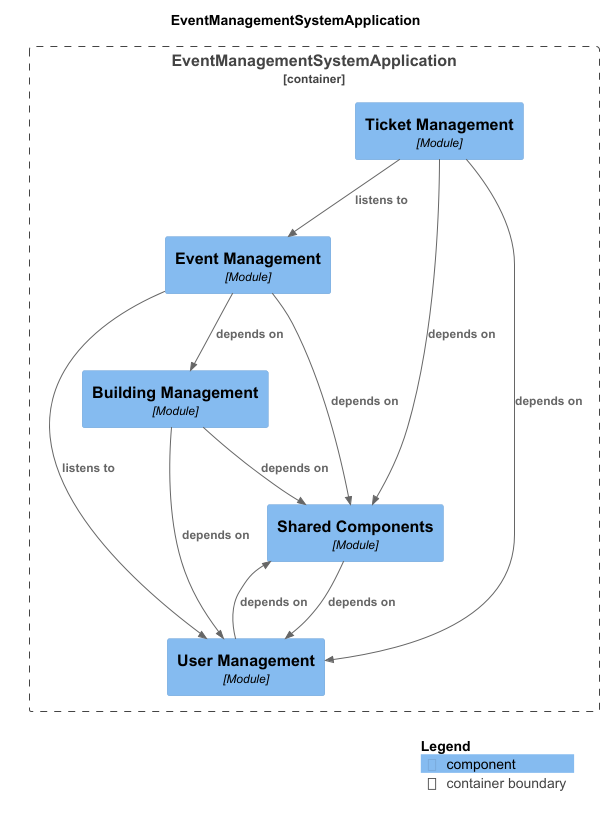
Above: docs/components-EventManagementSystemApplication.png in ruben4ick/microservices-event-management (PlantUML), before the change. Its diagram source:
```plantuml
@startuml
set separator none
title EventManagementSystemApplication

top to bottom direction

!include <C4/C4>
!include <C4/C4_Context>
!include <C4/C4_Component>

Container_Boundary("EventManagementSystemApplication.EventManagementSystemApplication_boundary", "EventManagementSystemApplication", $tags="") {
  Component(EventManagementSystemApplication.EventManagementSystemApplication.SharedComponents, "Shared Components", $techn="Module", $descr="", $tags="", $link="")
  Component(EventManagementSystemApplication.EventManagementSystemApplication.TicketManagement, "Ticket Management", $techn="Module", $descr="", $tags="", $link="")
  Component(EventManagementSystemApplication.EventManagementSystemApplication.EventManagement, "Event Management", $techn="Module", $descr="", $tags="", $link="")
  Component(EventManagementSystemApplication.EventManagementSystemApplication.UserManagement, "User Management", $techn="Module", $descr="", $tags="", $link="")
  Component(EventManagementSystemApplication.EventManagementSystemApplication.BuildingManagement, "Building Management", $techn="Module", $descr="", $tags="", $link="")
}

Rel(EventManagementSystemApplication.EventManagementSystemApplication.SharedComponents, EventManagementSystemApplication.EventManagementSystemApplication.UserManagement, "depends on", $techn="", $tags="", $link="")
Rel(EventManagementSystemApplication.EventManagementSystemApplication.TicketManagement, EventManagementSystemApplication.EventManagementSystemApplication.EventManagement, "listens to", $techn="", $tags="", $link="")
Rel(EventManagementSystemApplication.EventManagementSystemApplication.TicketManagement, EventManagementSystemApplication.EventManagementSystemApplication.SharedComponents, "depends on", $techn="", $tags="", $link="")
Rel(EventManagementSystemApplication.EventManagementSystemApplication.TicketManagement, EventManagementSystemApplication.EventManagementSystemApplication.UserManagement, "depends on", $techn="", $tags="", $link="")
Rel(EventManagementSystemApplication.EventManagementSystemApplication.EventManagement, EventManagementSystemApplication.EventManagementSystemApplication.UserManagement, "listens to", $techn="", $tags="", $link="")
Rel(EventManagementSystemApplication.EventManagementSystemApplication.EventManagement, EventManagementSystemApplication.EventManagementSystemApplication.SharedComponents, "depends on", $techn="", $tags="", $link="")
Rel(EventManagementSystemApplication.EventManagementSystemApplication.EventManagement, EventManagementSystemApplication.EventManagementSystemApplication.BuildingManagement, "depends on", $techn="", $tags="", $link="")
Rel(EventManagementSystemApplication.EventManagementSystemApplication.UserManagement, EventManagementSystemApplication.EventManagementSystemApplication.SharedComponents, "depends on", $techn="", $tags="", $link="")
Rel(EventManagementSystemApplication.EventManagementSystemApplication.BuildingManagement, EventManagementSystemApplication.EventManagementSystemApplication.SharedComponents, "depends on", $techn="", $tags="", $link="")
Rel(EventManagementSystemApplication.EventManagementSystemApplication.BuildingManagement, EventManagementSystemApplication.EventManagementSystemApplication.UserManagement, "depends on", $techn="", $tags="", $link="")

SHOW_LEGEND(true)
@enduml
```
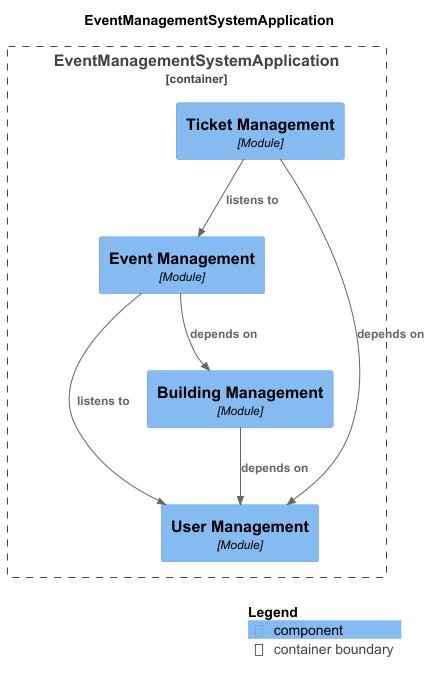
The same diagram one commit later.

Diff of the diagram source:
```diff
@@ -9,23 +9,17 @@
 !include <C4/C4_Component>
 
 Container_Boundary("EventManagementSystemApplication.EventManagementSystemApplication_boundary", "EventManagementSystemApplication", $tags="") {
-  Component(EventManagementSystemApplication.EventManagementSystemApplication.SharedComponents, "Shared Components", $techn="Module", $descr="", $tags="", $link="")
   Component(EventManagementSystemApplication.EventManagementSystemApplication.TicketManagement, "Ticket Management", $techn="Module", $descr="", $tags="", $link="")
   Component(EventManagementSystemApplication.EventManagementSystemApplication.EventManagement, "Event Management", $techn="Module", $descr="", $tags="", $link="")
   Component(EventManagementSystemApplication.EventManagementSystemApplication.UserManagement, "User Management", $techn="Module", $descr="", $tags="", $link="")
   Component(EventManagementSystemApplication.EventManagementSystemApplication.BuildingManagement, "Building Management", $techn="Module", $descr="", $tags="", $link="")
 }
 
-Rel(EventManagementSystemApplication.EventManagementSystemApplication.SharedComponents, EventManagementSystemApplication.EventManagementSystemApplication.UserManagement, "depends on", $techn="", $tags="", $link="")
+Rel(EventManagementSystemApplication.EventManagementSystemApplication.EventManagement, EventManagementSystemApplication.EventManagementSystemApplication.BuildingManagement, "depends on", $techn="", $tags="", $link="")
 Rel(EventManagementSystemApplication.EventManagementSystemApplication.TicketManagement, EventManagementSystemApplication.EventManagementSystemApplication.EventManagement, "listens to", $techn="", $tags="", $link="")
-Rel(EventManagementSystemApplication.EventManagementSystemApplication.TicketManagement, EventManagementSystemApplication.EventManagementSystemApplication.SharedComponents, "depends on", $techn="", $tags="", $link="")
 Rel(EventManagementSystemApplication.EventManagementSystemApplication.TicketManagement, EventManagementSystemApplication.EventManagementSystemApplication.UserManagement, "depends on", $techn="", $tags="", $link="")
+Rel(EventManagementSystemApplication.EventManagementSystemApplication.BuildingManagement, EventManagementSystemApplication.EventManagementSystemApplication.UserManagement, "depends on", $techn="", $tags="", $link="")
 Rel(EventManagementSystemApplication.EventManagementSystemApplication.EventManagement, EventManagementSystemApplication.EventManagementSystemApplication.UserManagement, "listens to", $techn="", $tags="", $link="")
-Rel(EventManagementSystemApplication.EventManagementSystemApplication.EventManagement, EventManagementSystemApplication.EventManagementSystemApplication.SharedComponents, "depends on", $techn="", $tags="", $link="")
-Rel(EventManagementSystemApplication.EventManagementSystemApplication.EventManagement, EventManagementSystemApplication.EventManagementSystemApplication.BuildingManagement, "depends on", $techn="", $tags="", $link="")
-Rel(EventManagementSystemApplication.EventManagementSystemApplication.UserManagement, EventManagementSystemApplication.EventManagementSystemApplication.SharedComponents, "depends on", $techn="", $tags="", $link="")
-Rel(EventManagementSystemApplication.EventManagementSystemApplication.BuildingManagement, EventManagementSystemApplication.EventManagementSystemApplication.SharedComponents, "depends on", $techn="", $tags="", $link="")
-Rel(EventManagementSystemApplication.EventManagementSystemApplication.BuildingManagement, EventManagementSystemApplication.EventManagementSystemApplication.UserManagement, "depends on", $techn="", $tags="", $link="")
 
 SHOW_LEGEND(true)
 @enduml
```
